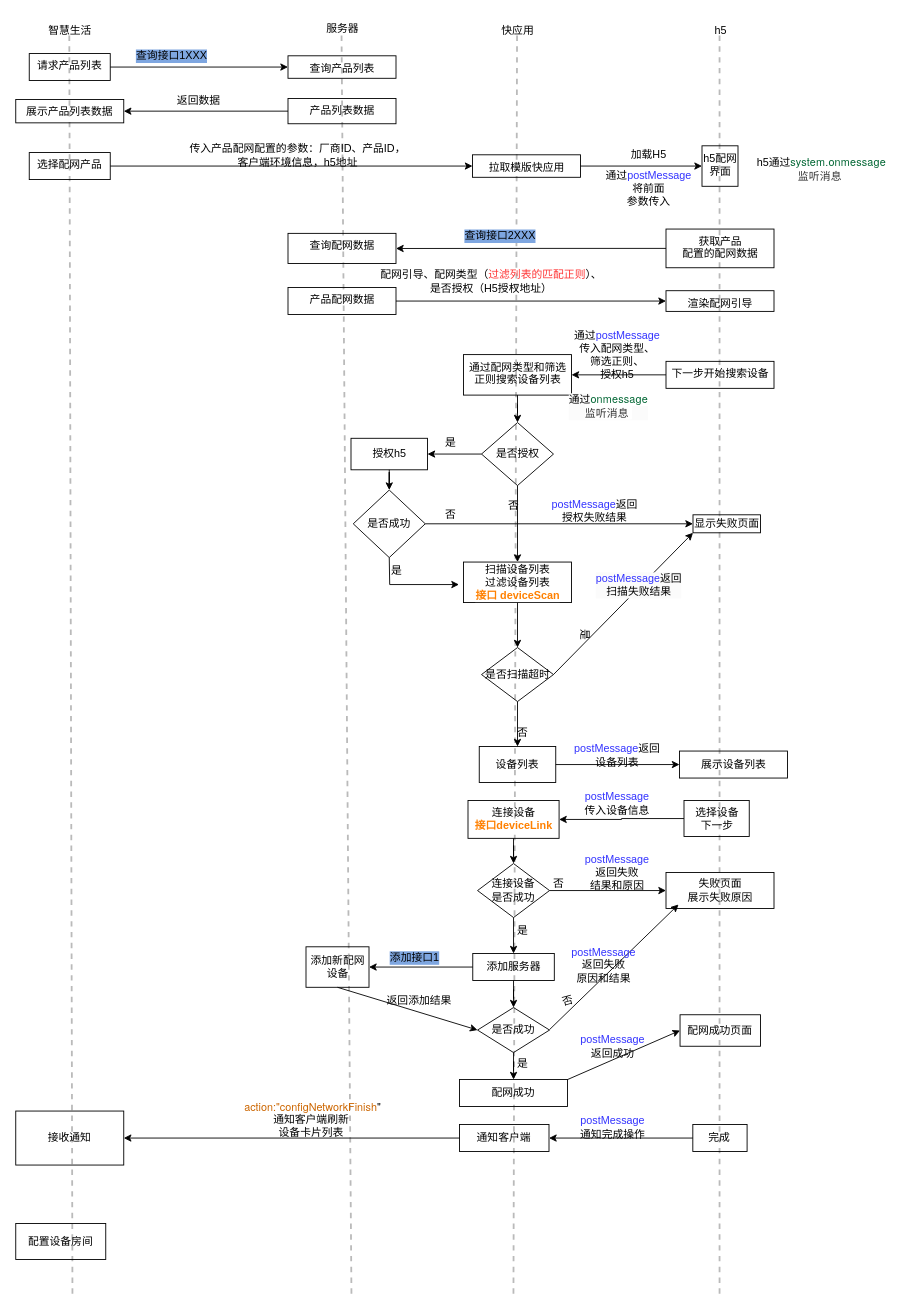
xili95/liuChengTu keeps this draw.io diagram as page "配网流程无插件" (4 of 5) of 流程图.drawio. Above is the earlier version. Source tidied: cells renumbered, new cells numbered last; positions are measured from the earlier drawing's top-left corner, leaving out a move shared by most shapes. Both pictures are drawn from the tidied source at 90%, with x=0, y=0 at pixel (15, 15).
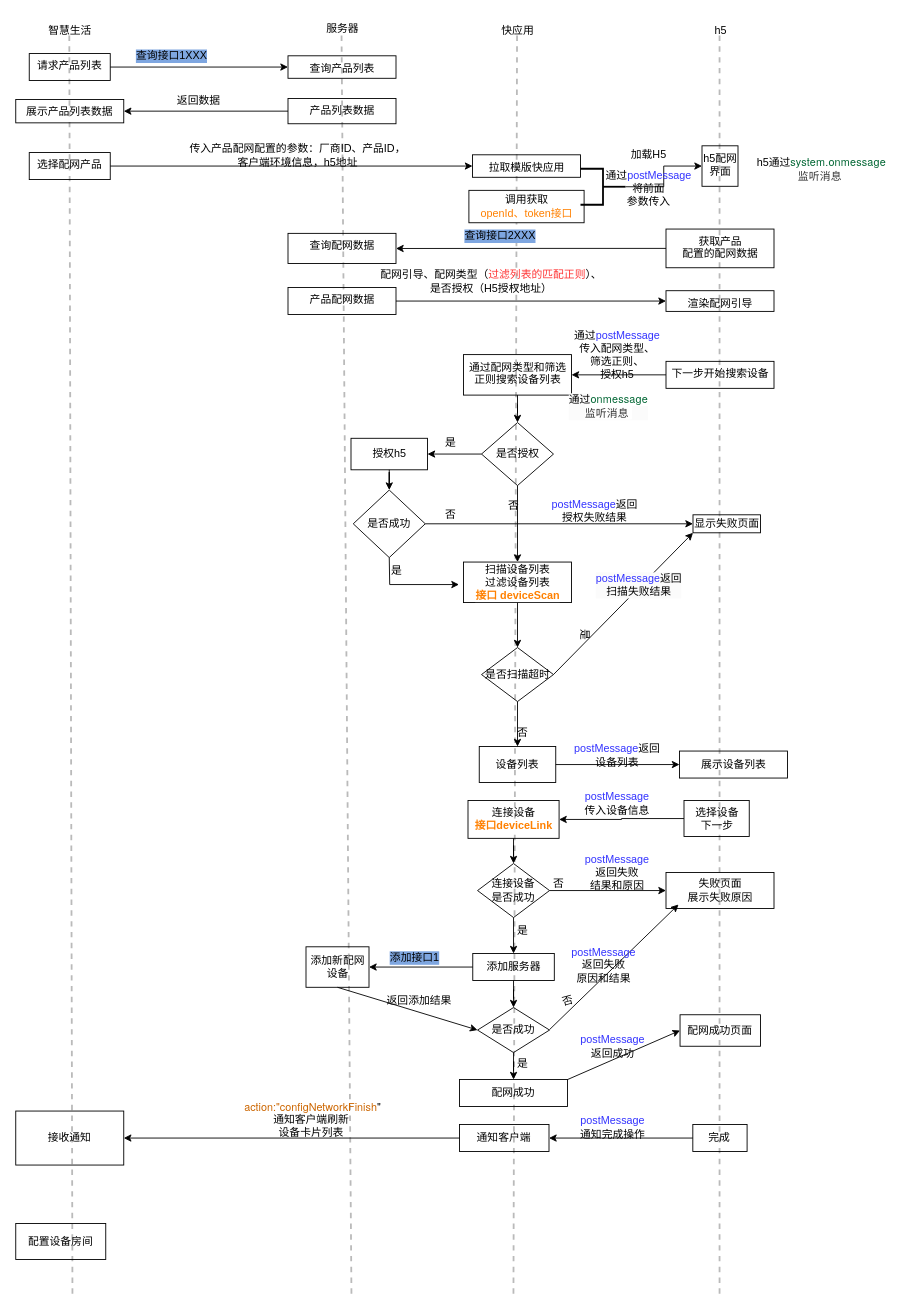
The same diagram, later.

Unchanged cells that the change refers to:
```xml
<mxCell id="2" style="group;" parent="1" vertex="1">
  <mxGeometry width="980" height="1382" as="geometry" />
</mxCell>
<mxCell id="18" style="group;" parent="2" vertex="1">
  <mxGeometry x="527.5" y="2" width="190" height="568" as="geometry" />
</mxCell>
<mxCell id="21" value="拉取模版快应用" style="whiteSpace=wrap;html=1;verticalAlign=top;fillColor=none;gradientColor=none;" parent="18" vertex="1">
  <mxGeometry x="-20" y="152.5" width="120" height="25" as="geometry" />
</mxCell>
<mxCell id="32" value="h5配网界面" style="whiteSpace=wrap;html=1;verticalAlign=top;fillColor=none;gradientColor=none;" parent="29" vertex="1">
  <mxGeometry y="142.5" width="40" height="45" as="geometry" />
</mxCell>
```

Diff of the diagram source:
```diff
@@
+    <mxCell id="109" value="调用获取&lt;div&gt;&lt;font style=&quot;color: rgb(255, 128, 0);&quot;&gt;openId、&lt;span style=&quot;background-color: transparent;&quot;&gt;token接口&lt;/span&gt;&lt;/font&gt;&lt;/div&gt;" style="whiteSpace=wrap;html=1;" parent="18" vertex="1">
+      <mxGeometry x="-24" y="192" width="128" height="36" as="geometry" />
+    </mxCell>
+    <mxCell id="110" style="strokeWidth=2;html=1;shape=mxgraph.flowchart.annotation_2;align=left;labelPosition=right;rotation=-180;" parent="18" vertex="1">
+      <mxGeometry x="100" y="168" width="50" height="40" as="geometry" />
+    </mxCell>
@@
-    <mxCell id="42" style="edgeStyle=orthogonalEdgeStyle;rounded=0;jettySize=auto;html=1;fontFamily=Helvetica;fontSize=12;fontColor=default;" parent="2" edge="1" source="21" target="32">
+    <mxCell id="42" style="edgeStyle=orthogonalEdgeStyle;rounded=0;jettySize=auto;html=1;fontFamily=Helvetica;fontSize=12;fontColor=default;" parent="2" edge="1" source="110" target="32">
       <mxGeometry relative="1" as="geometry" />
     </mxCell>
```
